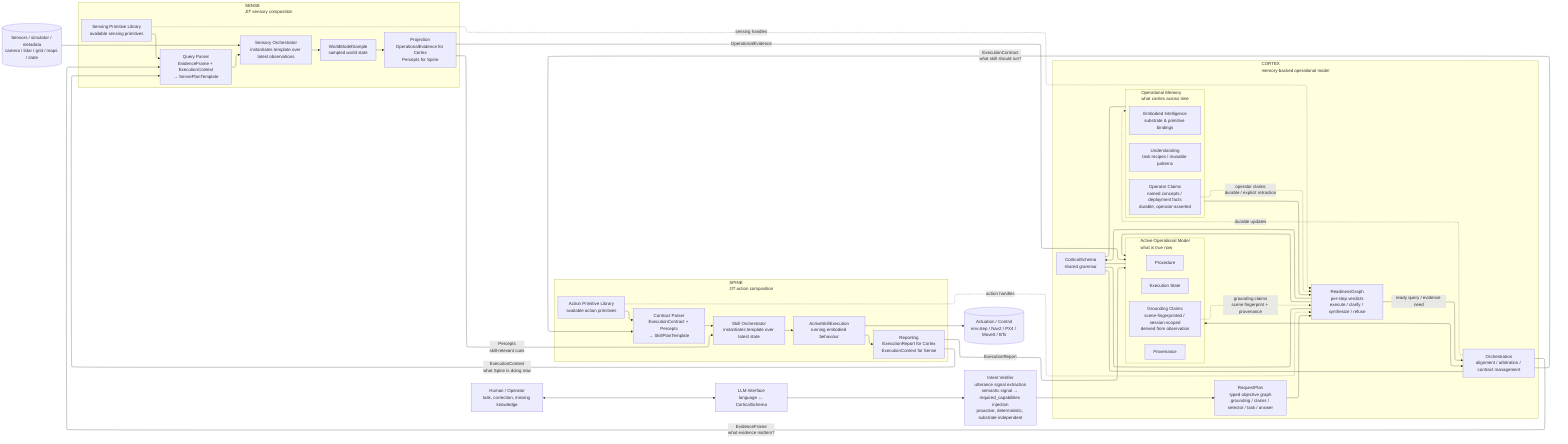
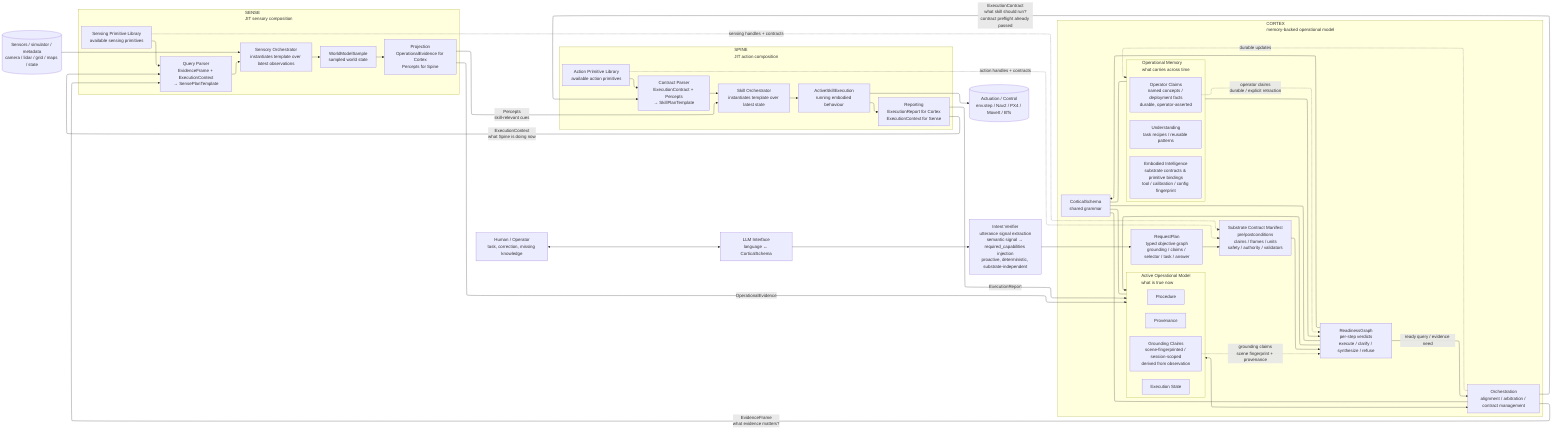
---
config:
  layout: elk
---
flowchart LR

  U["Human / Operator<br>task, correction, missing knowledge"]
  L["LLM Interface<br>language ↔ CorticalSchema"]

  subgraph C["CORTEX<br>memory-backed operational model"]
    CS["CorticalSchema<br>shared grammar"]
    RP["RequestPlan<br>typed objective graph<br>grounding / claims / selector / task / answer"]
+     SCM["Substrate Contract Manifest<br>pre/postconditions<br>claims / frames / units<br>safety / authority / validators"]

    subgraph M["Operational Memory<br>what carries across time"]
      U1["Understanding<br>task recipes / reusable patterns"]
-       I1["Embodied Intelligence<br>substrate & primitive bindings"]
+       I1["Embodied Intelligence<br>substrate contracts & primitive bindings<br>tool / calibration / config fingerprint"]
      K1["Operator Claims<br>named concepts / deployment facts<br>durable, operator-asserted"]
    end

    R["ReadinessGraph<br>per-step verdicts<br>execute / clarify / synthesize / refuse"]

    subgraph A["Active Operational Model<br>what is true now"]
      CL["Grounding Claims<br>scene-fingerprinted / session-scoped<br>derived from observation"]
      PR["Procedure"]
      ES["Execution State"]
      PG["Provenance"]
    end

    O["Orchestration<br>alignment / arbitration / contract management"]
  end

  subgraph SENSE["SENSE<br>JIT sensory composition"]
    SPL["Sensing Primitive Library<br>available sensing primitives"]
    QP["Query Parser<br>EvidenceFrame + ExecutionContext<br>→ SensePlanTemplate"]
    SO["Sensory Orchestrator<br>instantiates template over latest observations"]
    WMS["WorldModelSample<br>sampled world state"]
    PROJ["Projection<br>OperationalEvidence for Cortex<br>Percepts for Spine"]
  end

  subgraph SPINE["SPINE<br>JIT action composition"]
    APL["Action Primitive Library<br>available action primitives"]
    CP["Contract Parser<br>ExecutionContract + Percepts<br>→ SkillPlanTemplate"]
    SKO["Skill Orchestrator<br>instantiates template over latest state"]
    ASE["ActiveSkillExecution<br>running embodied behaviour"]
    REP["Reporting<br>ExecutionReport for Cortex<br>ExecutionContext for Sense"]
  end

  Sensors[("Sensors / simulator / metadata<br>camera / lidar / grid / maps / state")]
  Actuators[("Actuation / Control<br>env.step / Nav2 / PX4 / MoveIt / BTs")]

  U <--> L
  L --> IV["Intent Verifier<br>utterance signal extraction<br>semantic signal → required_capabilities injection<br>proactive, deterministic, substrate-independent"]
  IV --> RP
-   RP --> R
+   RP --> SCM
+   SCM --> R
  R --> CS

  CS --- M
  CS --- R
  CS --- A
  CS --- O

  M --> R
  CL -. "grounding claims<br>scene fingerprint + provenance" .-> R
  K1 -. "operator claims<br>durable / explicit retraction" .-> R
-   SPL -. sensing handles .-> R
-   APL -. action handles .-> R
+   SPL -. sensing handles + contracts .-> SCM
+   APL -. action handles + contracts .-> SCM
  R --> A
  A <--> O
  O -. durable updates .-> M

  Sensors --> SO
  SPL --> QP
  QP --> SO
  SO --> WMS
  WMS --> PROJ

  APL --> CP
  CP --> SKO
  SKO --> ASE
  ASE --> REP
  ASE --> Actuators

  R -- "ready query / evidence need" --> O
  O -- "EvidenceFrame<br>what evidence matters?" --> QP
  PROJ -- "OperationalEvidence" --> A

-   O -- "ExecutionContract<br>what skill should run?" --> CP
+   O -- "ExecutionContract<br>what skill should run?<br>contract preflight already passed" --> CP
  REP -- "ExecutionReport" --> A

  REP -- "ExecutionContext<br>what Spine is doing now" --> QP
  PROJ -- "Percepts<br>skill-relevant cues" --> SKO
